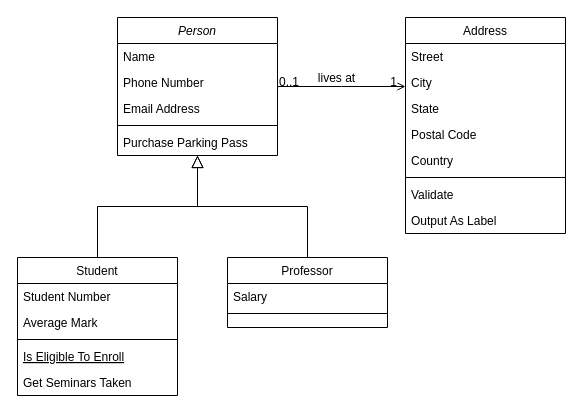
The draw.io diagram 未命名绘图.drawio in nanodog/zhihuspider, before the edit. Source tidied: cells renumbered, new cells numbered last; positions are measured from the earlier drawing's top-left corner, leaving out a move shared by most shapes. Both pictures are drawn from the tidied source at 100%, with x=0, y=0 at pixel (17, 17).
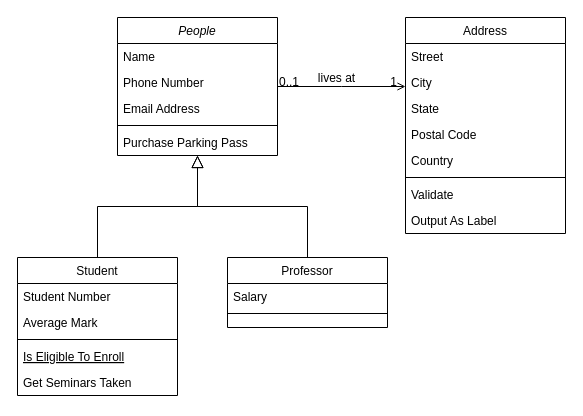
The same page after the edit.

Commit message:
更新未命名绘图.drawio

Diff of the diagram source:
```diff
@@
-    <mxCell id="2" value="Person" style="swimlane;fontStyle=2;align=center;verticalAlign=top;horizontal=1;startSize=26;rounded=0;shadow=0;strokeWidth=1;" parent="1" vertex="1">
+    <mxCell id="2" value="People" style="swimlane;fontStyle=2;align=center;verticalAlign=top;horizontal=1;startSize=26;rounded=0;shadow=0;strokeWidth=1;" parent="1" vertex="1">
       <mxGeometry x="100" width="160" height="138" as="geometry" />
     </mxCell>
```
